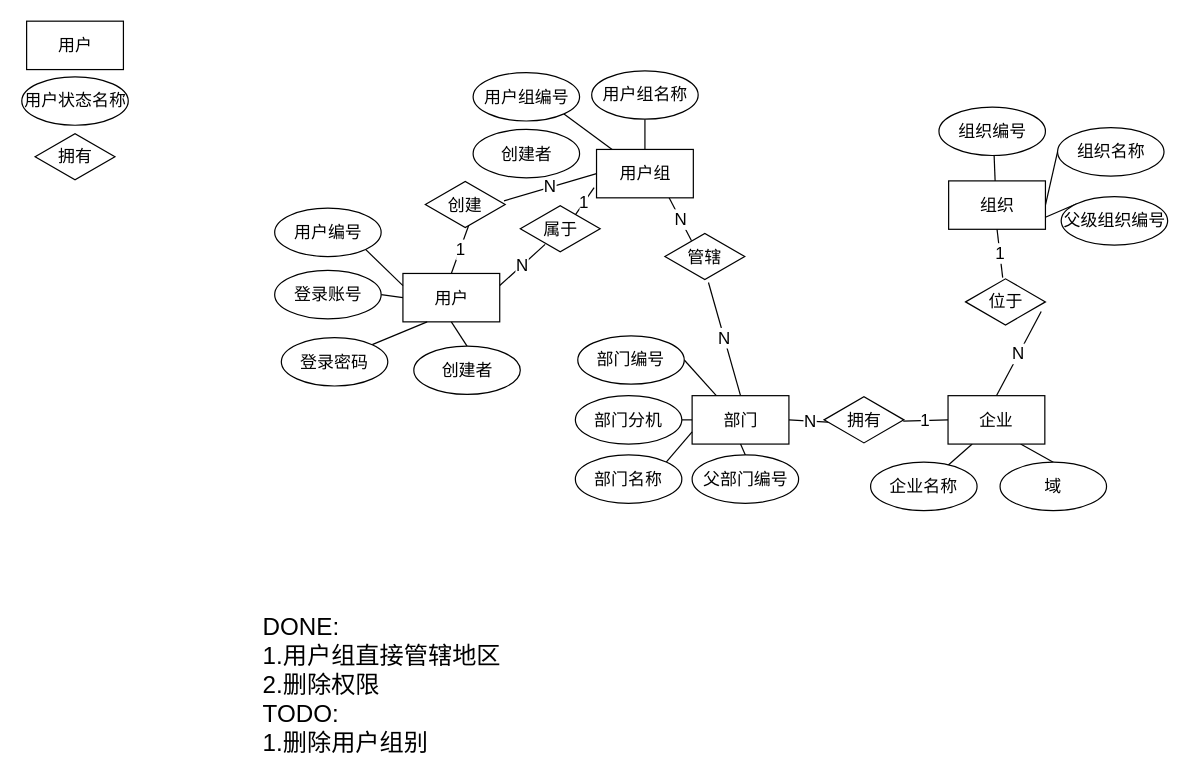
Above: page "ER-Design" (1 of 2) of CDRS/DB-design.drawio in waterwatermelon/graph (draw.io), before the change. Source tidied: cells renumbered, new cells numbered last; positions are measured from the earlier drawing's top-left corner, leaving out a move shared by most shapes. Both pictures are drawn from the tidied source at 121%, with x=0, y=0 at pixel (21, 21).
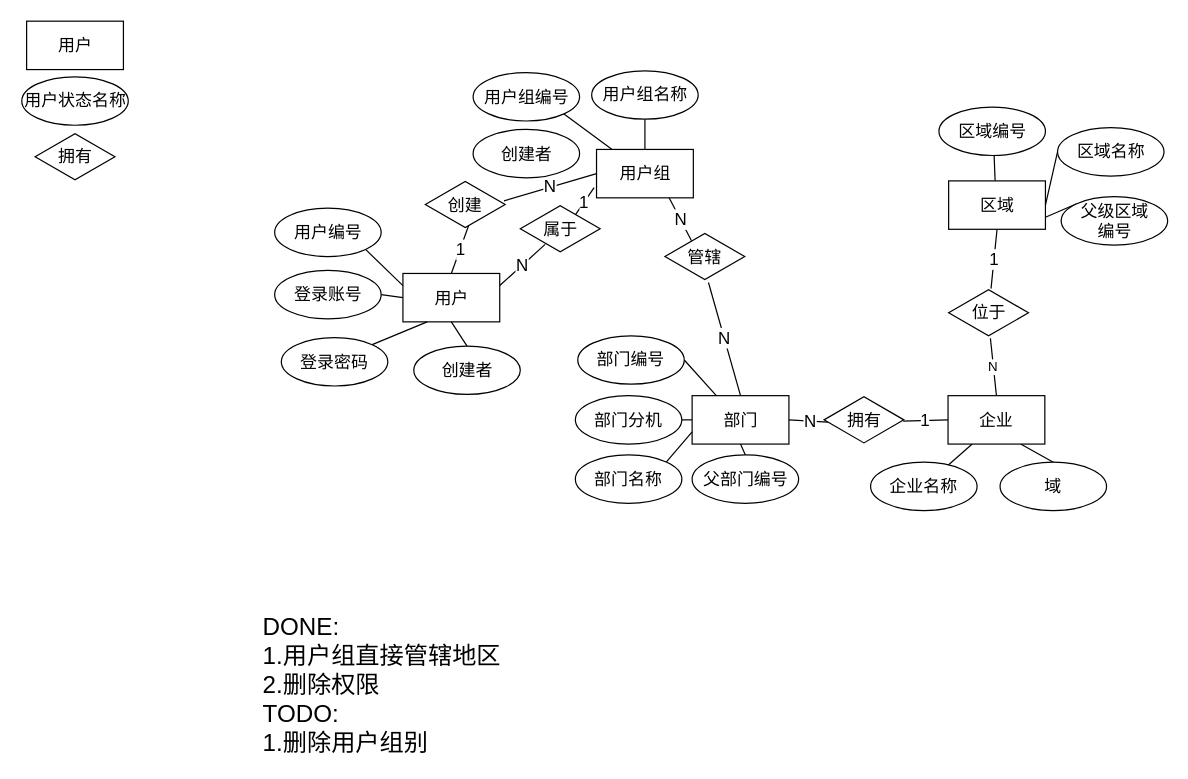
Above is the later version.

Unchanged cells that the change refers to:
```xml
<mxCell id="46" value="企业" style="rounded=0;whiteSpace=wrap;html=1;fontSize=14;" parent="1" vertex="1">
  <mxGeometry x="766" y="309.5" width="80" height="40" as="geometry" />
</mxCell>
```

What changed in the source:
```diff
@@
-    <mxCell id="27" value="组织" style="rounded=0;whiteSpace=wrap;html=1;fontSize=14;" parent="1" vertex="1">
+    <mxCell id="27" value="区域" style="rounded=0;whiteSpace=wrap;html=1;fontSize=14;" parent="1" vertex="1">
       <mxGeometry x="766.5" y="132" width="80" height="40" as="geometry" />
     </mxCell>
-    <mxCell id="28" value="组织名称" style="ellipse;whiteSpace=wrap;html=1;fontSize=14;" parent="1" vertex="1">
+    <mxCell id="28" value="区域名称" style="ellipse;whiteSpace=wrap;html=1;fontSize=14;" parent="1" vertex="1">
       <mxGeometry x="856.5" y="88" width="88" height="40" as="geometry" />
     </mxCell>
-    <mxCell id="29" value="组织编号" style="ellipse;whiteSpace=wrap;html=1;fontSize=14;" parent="1" vertex="1">
+    <mxCell id="29" value="区域编号" style="ellipse;whiteSpace=wrap;html=1;fontSize=14;" parent="1" vertex="1">
       <mxGeometry x="758.5" y="71" width="88" height="40" as="geometry" />
     </mxCell>
@@
-    <mxCell id="40" value="父级组织编号" style="ellipse;whiteSpace=wrap;html=1;fontSize=14;" parent="1" vertex="1">
+    <mxCell id="40" value="父级区域&lt;br&gt;编号" style="ellipse;whiteSpace=wrap;html=1;fontSize=14;" parent="1" vertex="1">
       <mxGeometry x="859.5" y="145" width="88" height="40" as="geometry" />
     </mxCell>
@@
-    <mxCell id="45" value="N" style="edgeStyle=none;rounded=0;jettySize=auto;html=1;exitX=0.5;exitY=0;exitDx=0;exitDy=0;entryX=0.947;entryY=0.7;entryDx=0;entryDy=0;entryPerimeter=0;startArrow=none;startFill=0;endArrow=none;endFill=0;fontSize=14;" parent="1" edge="1" source="46" target="48">
+    <mxCell id="45" value="N" style="rounded=0;jettySize=auto;html=1;exitX=0.5;exitY=0;exitDx=0;exitDy=0;entryX=0.523;entryY=1.025;entryDx=0;entryDy=0;entryPerimeter=0;endArrow=none;endFill=0;" parent="1" edge="1" source="46" target="48">
       <mxGeometry relative="1" as="geometry" />
     </mxCell>
@@
     <mxCell id="48" value="位于" style="html=1;whiteSpace=wrap;shape=isoRectangle;fontSize=14;" parent="1" vertex="1">
-      <mxGeometry x="780.5" y="212" width="66" height="40" as="geometry" />
+      <mxGeometry x="766.5" y="221" width="66" height="40" as="geometry" />
     </mxCell>
```
